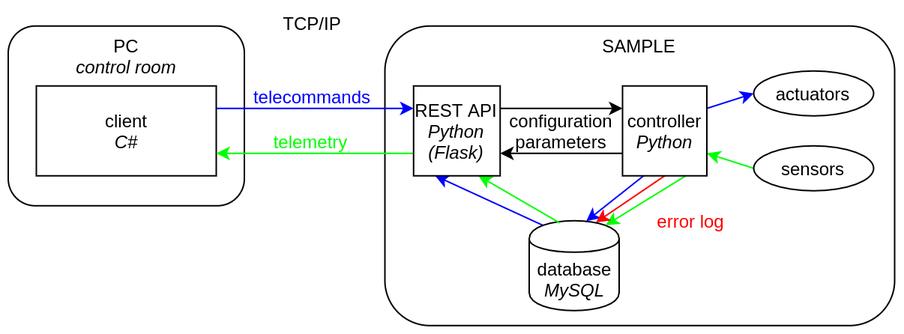
Before: img/components_diagram.png, a diagram exported from draw.io (Dinuirar/sample-main). Source tidied: cells renumbered, new cells last; positions are measured from the earlier drawing's top-left corner, leaving out a move shared by most shapes.
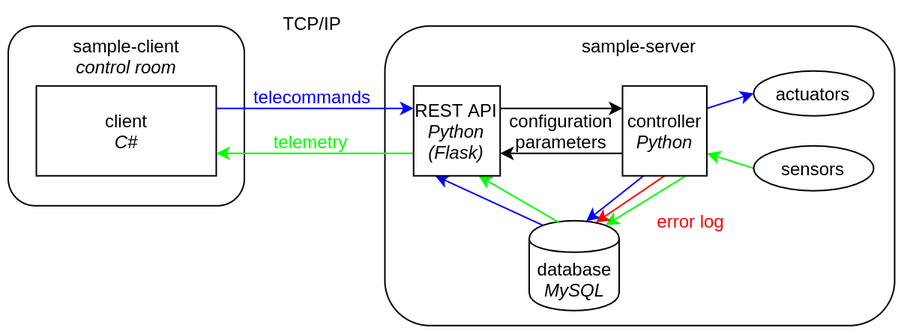
After the change.

Commit message:
names on a component diagram updated

What changed in the source:
```diff
@@ -2,10 +2,10 @@
   <root>
     <mxCell id="0" />
     <mxCell id="1" parent="0" />
-    <mxCell id="2" value="&lt;div align=&quot;center&quot;&gt;PC&lt;/div&gt;&lt;div align=&quot;center&quot;&gt;&lt;i&gt;control room&lt;/i&gt;&lt;br&gt;&lt;/div&gt;" style="rounded=1;whiteSpace=wrap;html=1;align=center;verticalAlign=top;" parent="1" vertex="1">
+    <mxCell id="2" value="&lt;div align=&quot;center&quot;&gt;sample-client&lt;/div&gt;&lt;div align=&quot;center&quot;&gt;&lt;i&gt;control room&lt;/i&gt;&lt;br&gt;&lt;/div&gt;" style="rounded=1;whiteSpace=wrap;html=1;align=center;verticalAlign=top;" parent="1" vertex="1">
       <mxGeometry y="11.9" width="157.5" height="120" as="geometry" />
     </mxCell>
-    <mxCell id="3" value="&lt;div align=&quot;center&quot;&gt;SAMPLE&lt;/div&gt;" style="rounded=1;whiteSpace=wrap;html=1;align=center;verticalAlign=top;" parent="1" vertex="1">
+    <mxCell id="3" value="&lt;div align=&quot;center&quot;&gt;sample-server&lt;/div&gt;" style="rounded=1;whiteSpace=wrap;html=1;align=center;verticalAlign=top;" parent="1" vertex="1">
       <mxGeometry x="251.2" y="11.9" width="340" height="200" as="geometry" />
     </mxCell>
     <mxCell id="4" style="edgeStyle=none;rounded=0;jettySize=auto;html=1;exitX=1;exitY=0.25;exitDx=0;exitDy=0;entryX=0;entryY=0.25;entryDx=0;entryDy=0;fontColor=#0000FF;strokeColor=#0000FF;" parent="1" edge="1" source="5" target="23">
```
